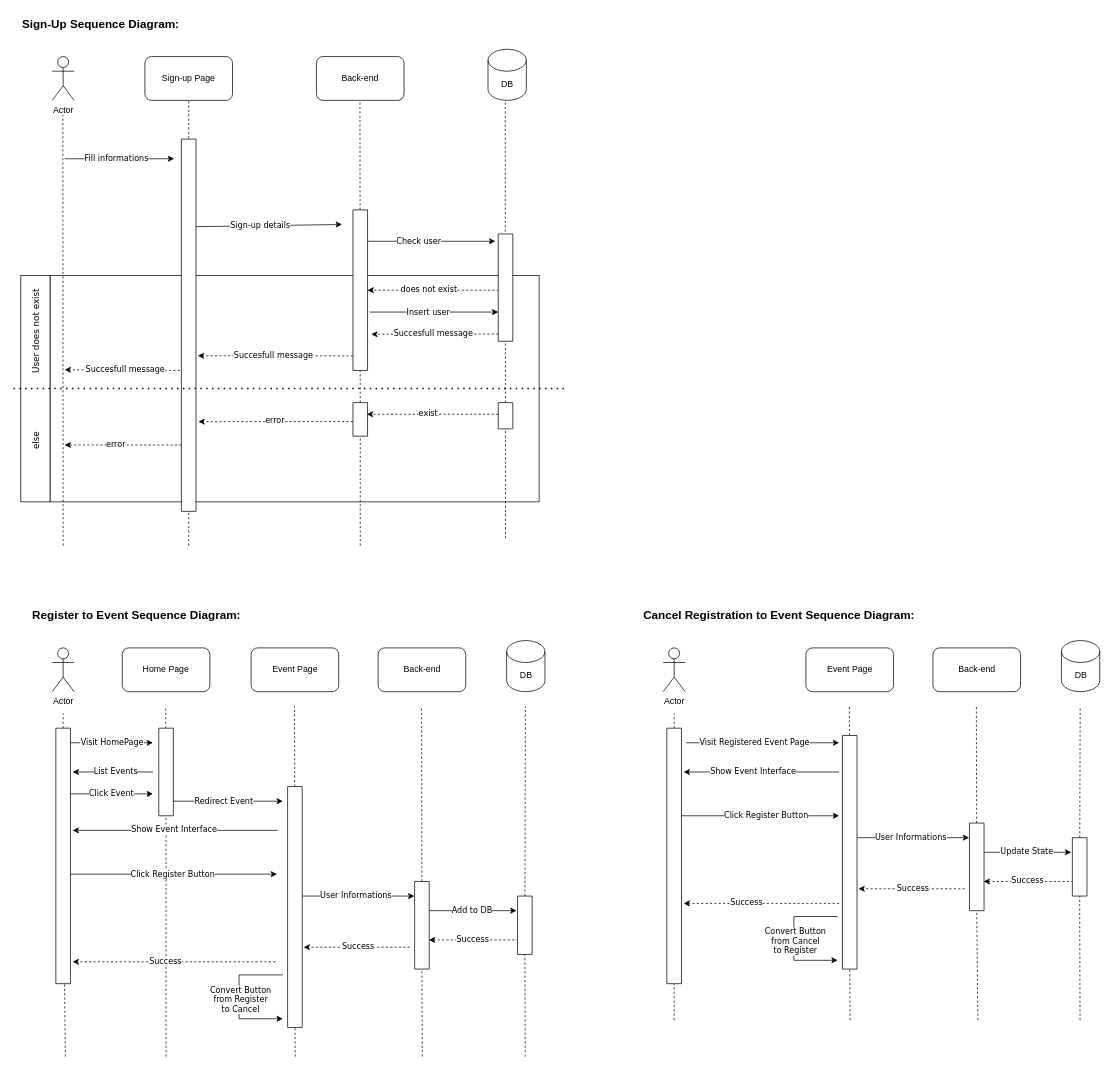
This is Untitled Diagram.drawio from MustafaKANLI/BildirWebPublic, a draw.io file, before an edit. Source tidied: cells renumbered, new cells numbered last; positions are measured from the earlier drawing's top-left corner, leaving out a move shared by most shapes. Both pictures are drawn from the tidied source at 73%, with x=0, y=0 at pixel (13, 12).
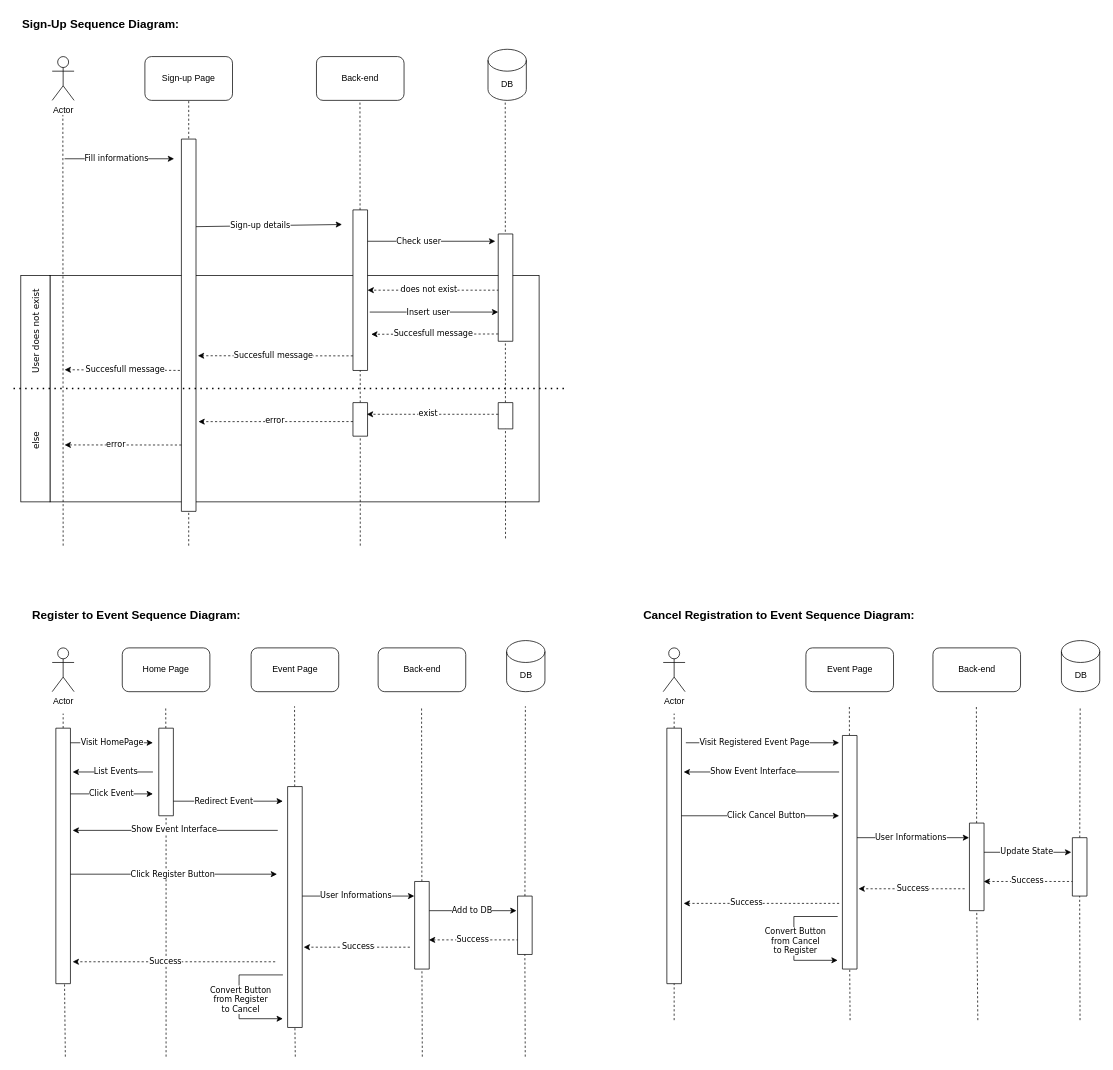
The same diagram, later.

The change refers to these unchanged cells:
```xml
<mxCell id="101" style="endArrow=classic;html=1;rounded=0;fontFamily=Verdana;" parent="1" edge="1">
  <mxGeometry relative="1" as="geometry">
    <mxPoint x="913.5" y="1100" as="sourcePoint" />
    <mxPoint x="1131" y="1100" as="targetPoint" />
  </mxGeometry>
</mxCell>
```

Diff of the diagram source:
```diff
@@
-    <mxCell id="102" value="Click Register Button" style="edgeLabel;html=1;align=center;verticalAlign=middle;fontFamily=Verdana;" parent="101" vertex="1">
+    <mxCell id="102" value="Click Cancel Button" style="edgeLabel;html=1;align=center;verticalAlign=middle;fontFamily=Verdana;" parent="101" vertex="1">
       <mxGeometry x="-0.29" y="1" relative="1" as="geometry">
         <mxPoint x="40" y="-1" as="offset" />
       </mxGeometry>
     </mxCell>
```
